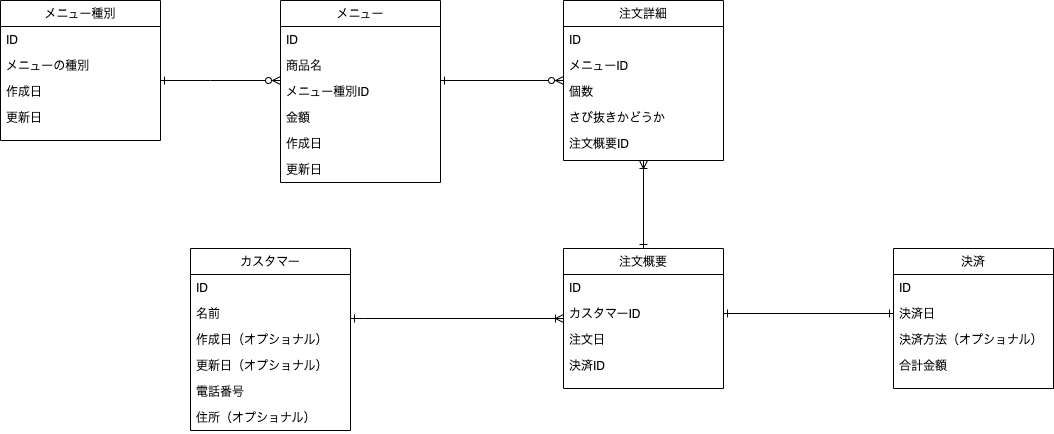
This is db/db-modeling-1/DB1 Diagram.drawio.png from yuikoito/PrAhaChallenge, a draw.io export, as it was before one commit. Source tidied: cells renumbered, new cells last; positions are measured from the earlier drawing's top-left corner, leaving out a move shared by most shapes.
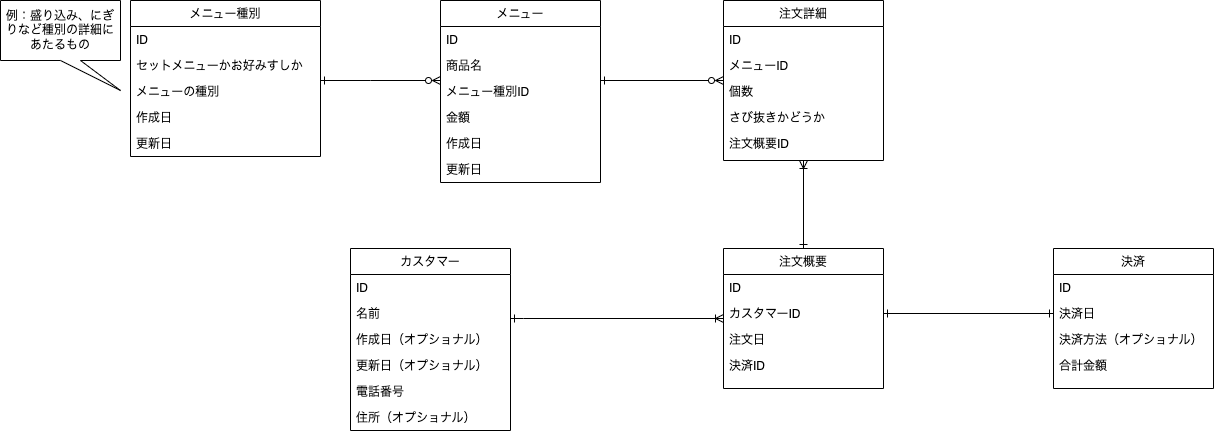
After the change.

The edit, as a diff of the source:
```diff
@@ -118,19 +118,25 @@
       </mxGeometry>
     </mxCell>
     <mxCell id="37" value="メニュー種別" style="swimlane;fontStyle=0;align=center;verticalAlign=top;horizontal=1;startSize=26;rounded=0;shadow=0;strokeWidth=1;" parent="1" vertex="1">
-      <mxGeometry width="160" height="140" as="geometry" />
+      <mxGeometry x="-30" width="190" height="156" as="geometry" />
     </mxCell>
     <mxCell id="38" value="ID" style="text;align=left;verticalAlign=top;spacingLeft=4;spacingRight=4;overflow=hidden;" parent="37" vertex="1">
-      <mxGeometry y="26" width="160" height="26" as="geometry" />
+      <mxGeometry y="26" width="190" height="26" as="geometry" />
     </mxCell>
+    <mxCell id="42" value="セットメニューかお好みすしか" style="text;align=left;verticalAlign=top;spacingLeft=4;spacingRight=4;overflow=hidden;" parent="37" vertex="1">
+      <mxGeometry y="52" width="190" height="26" as="geometry" />
+    </mxCell>
     <mxCell id="39" value="メニューの種別" style="text;align=left;verticalAlign=top;spacingLeft=4;spacingRight=4;overflow=hidden;rounded=0;shadow=0;html=0;" parent="37" vertex="1">
-      <mxGeometry y="52" width="160" height="26" as="geometry" />
+      <mxGeometry y="78" width="190" height="26" as="geometry" />
     </mxCell>
     <mxCell id="40" value="作成日" style="text;align=left;verticalAlign=top;spacingLeft=4;spacingRight=4;overflow=hidden;rounded=0;shadow=0;html=0;" parent="37" vertex="1">
-      <mxGeometry y="78" width="160" height="26" as="geometry" />
+      <mxGeometry y="104" width="190" height="26" as="geometry" />
     </mxCell>
     <mxCell id="41" value="更新日" style="text;align=left;verticalAlign=top;spacingLeft=4;spacingRight=4;overflow=hidden;rounded=0;shadow=0;html=0;" parent="37" vertex="1">
-      <mxGeometry y="104" width="160" height="26" as="geometry" />
+      <mxGeometry y="130" width="190" height="26" as="geometry" />
     </mxCell>
+    <mxCell id="43" value="例：盛り込み、にぎりなど種別の詳細にあたるもの" style="shape=callout;whiteSpace=wrap;html=1;perimeter=calloutPerimeter;position2=1;" parent="1" vertex="1">
+      <mxGeometry x="-160" width="120" height="90" as="geometry" />
+    </mxCell>
   </root>
 </mxGraphModel>
```
